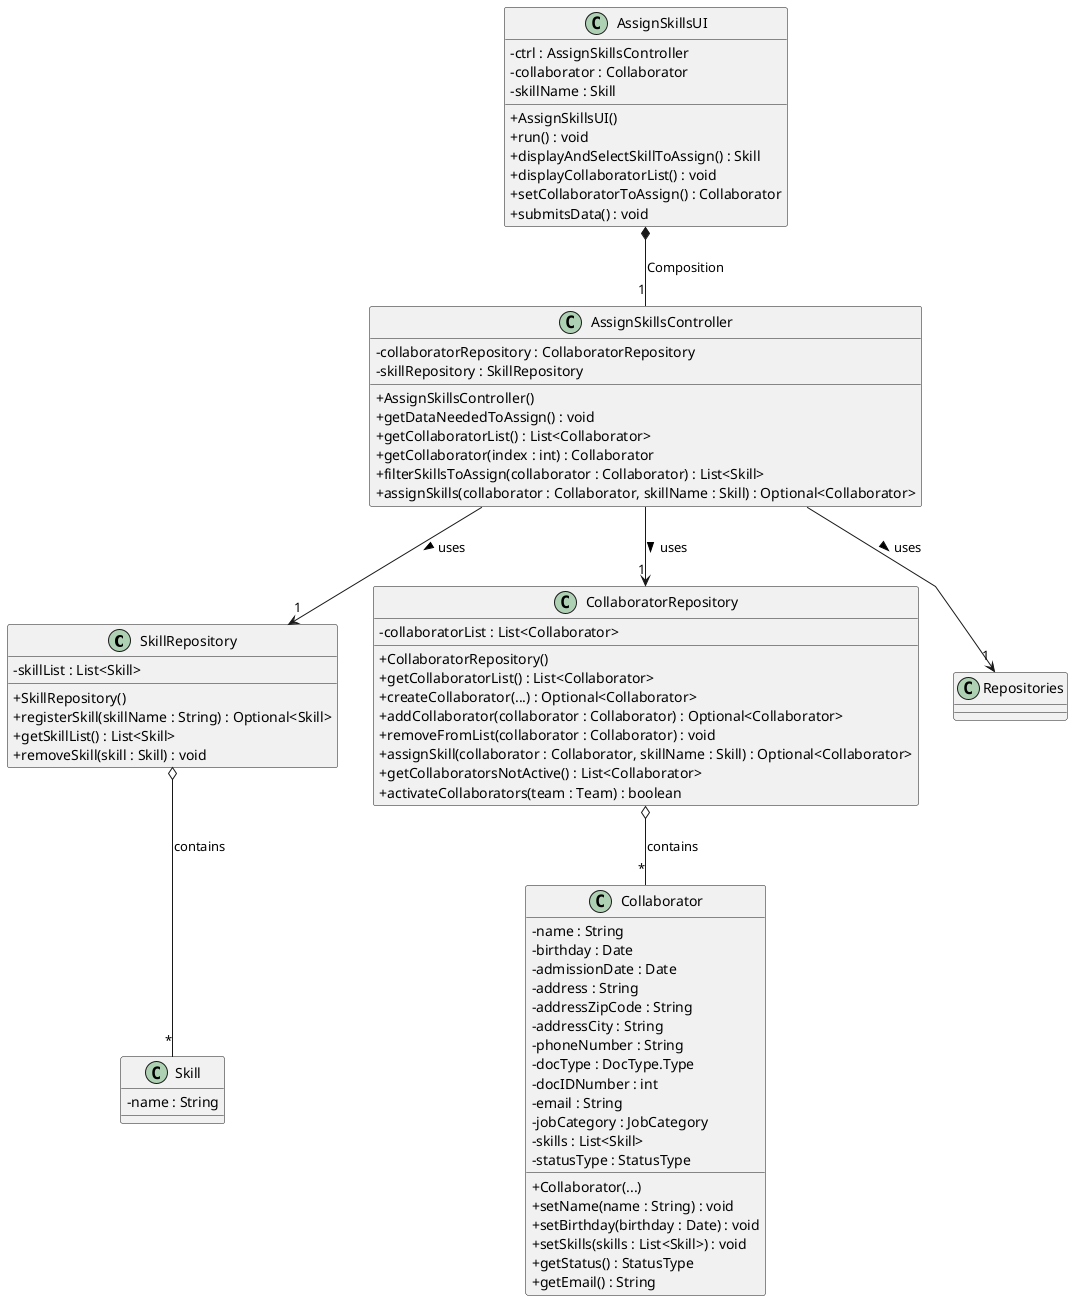
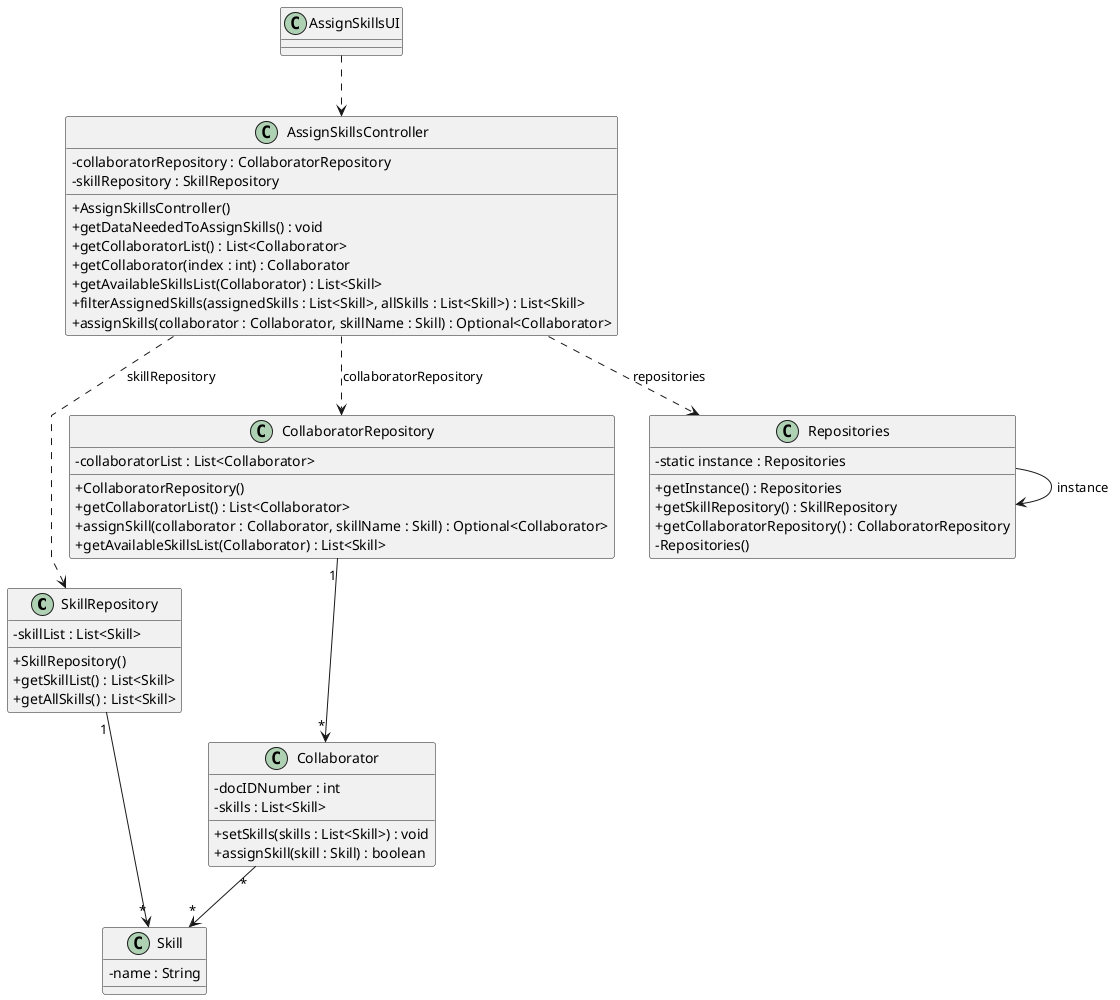
@startuml
'skinparam monochrome true
skinparam packageStyle rectangle
skinparam shadowing false
skinparam linetype polyline
'skinparam linetype orto

skinparam classAttributeIconSize 0

'left to right direction

class SkillRepository {
    - skillList : List<Skill>
    + SkillRepository()
-     + registerSkill(skillName : String) : Optional<Skill>
    + getSkillList() : List<Skill>
-     + removeSkill(skill : Skill) : void
+     + getAllSkills() : List<Skill>
}

class AssignSkillsUI {
-     - ctrl : AssignSkillsController
-     - collaborator : Collaborator
-     - skillName : Skill
-     + AssignSkillsUI()
-     + run() : void
-     + displayAndSelectSkillToAssign() : Skill
-     + displayCollaboratorList() : void
-     + setCollaboratorToAssign() : Collaborator
-     + submitsData() : void
}

class AssignSkillsController {
    - collaboratorRepository : CollaboratorRepository
    - skillRepository : SkillRepository
    + AssignSkillsController()
-     + getDataNeededToAssign() : void
+     + getDataNeededToAssignSkills() : void
    + getCollaboratorList() : List<Collaborator>
    + getCollaborator(index : int) : Collaborator
-     + filterSkillsToAssign(collaborator : Collaborator) : List<Skill>
+     + getAvailableSkillsList(Collaborator) : List<Skill>
+     + filterAssignedSkills(assignedSkills : List<Skill>, allSkills : List<Skill>) : List<Skill>
    + assignSkills(collaborator : Collaborator, skillName : Skill) : Optional<Collaborator>
}

class CollaboratorRepository {
    - collaboratorList : List<Collaborator>
    + CollaboratorRepository()
    + getCollaboratorList() : List<Collaborator>
-     + createCollaborator(...) : Optional<Collaborator>
-     + addCollaborator(collaborator : Collaborator) : Optional<Collaborator>
-     + removeFromList(collaborator : Collaborator) : void
    + assignSkill(collaborator : Collaborator, skillName : Skill) : Optional<Collaborator>
-     + getCollaboratorsNotActive() : List<Collaborator>
-     + activateCollaborators(team : Team) : boolean
+     + getAvailableSkillsList(Collaborator) : List<Skill>
}

class Collaborator {
-     - name : String
-     - birthday : Date
-     - admissionDate : Date
-     - address : String
-     - addressZipCode : String
-     - addressCity : String
-     - phoneNumber : String
-     - docType : DocType.Type
    - docIDNumber : int
-     - email : String
-     - jobCategory : JobCategory
    - skills : List<Skill>
-     - statusType : StatusType
-     + Collaborator(...)
-     + setName(name : String) : void
-     + setBirthday(birthday : Date) : void
    + setSkills(skills : List<Skill>) : void
-     + getStatus() : StatusType
-     + getEmail() : String
+     + assignSkill(skill : Skill) : boolean
}

class Skill {
    - name : String
}

- AssignSkillsUI *-- "1" AssignSkillsController : Composition
- AssignSkillsController --> "1" Repositories : uses >
- AssignSkillsController --> "1" SkillRepository : uses >
- AssignSkillsController --> "1" CollaboratorRepository : uses >
- SkillRepository o-- "*" Skill : contains
- CollaboratorRepository o-- "*" Collaborator : contains
+ class Repositories {
+     - static instance : Repositories
+     + getInstance() : Repositories
+     + getSkillRepository() : SkillRepository
+     + getCollaboratorRepository() : CollaboratorRepository
+     - Repositories()
+ }
+ 
+ AssignSkillsUI ..> AssignSkillsController
+ AssignSkillsController ..> Repositories : repositories
+ AssignSkillsController ..> SkillRepository : skillRepository
+ AssignSkillsController ..> CollaboratorRepository : collaboratorRepository
+ SkillRepository "1" --> "*" Skill
+ CollaboratorRepository "1" --> "*" Collaborator
+ Repositories --> Repositories : instance
+ Collaborator "*" --> "*" Skill

@enduml
